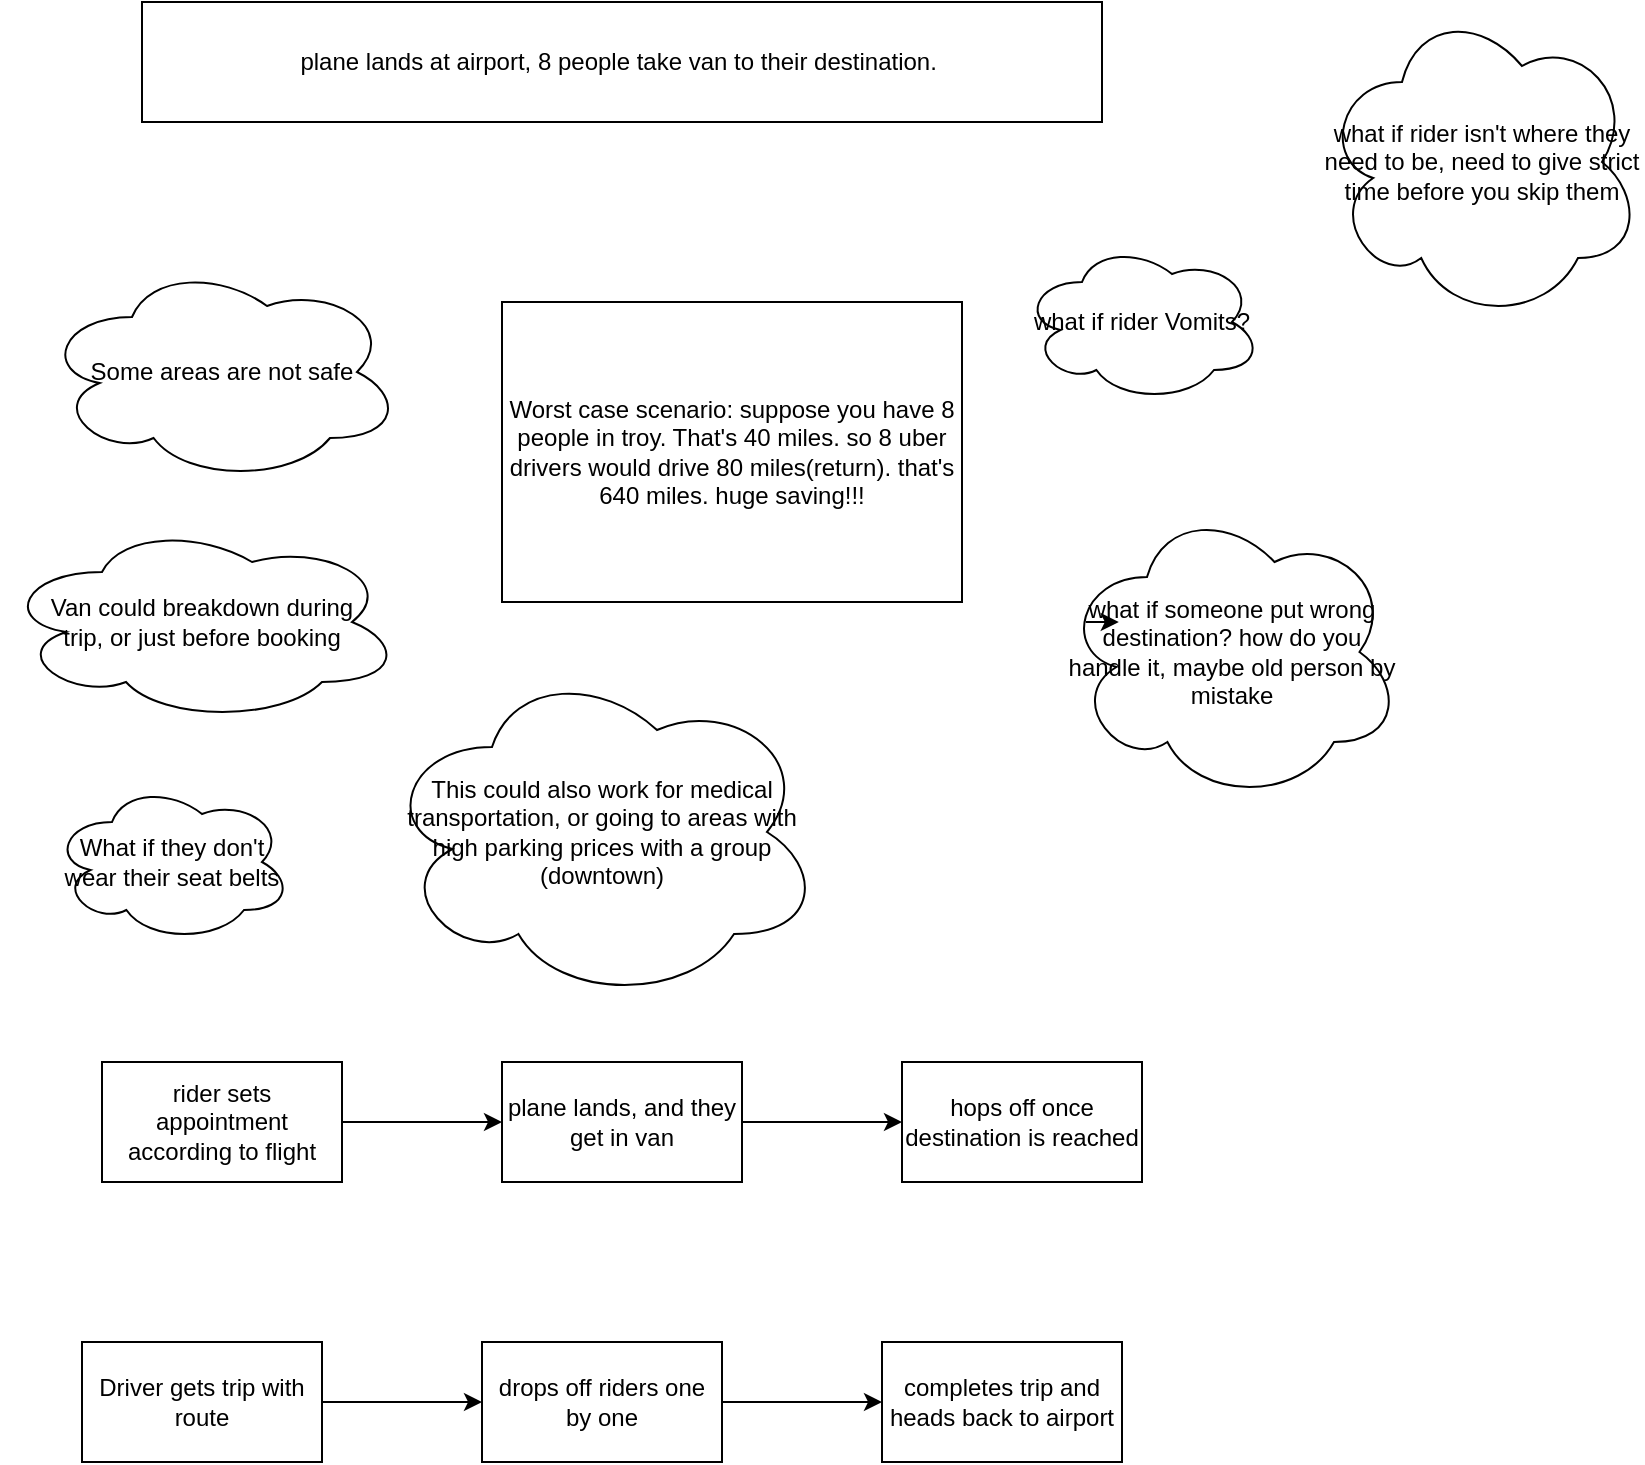
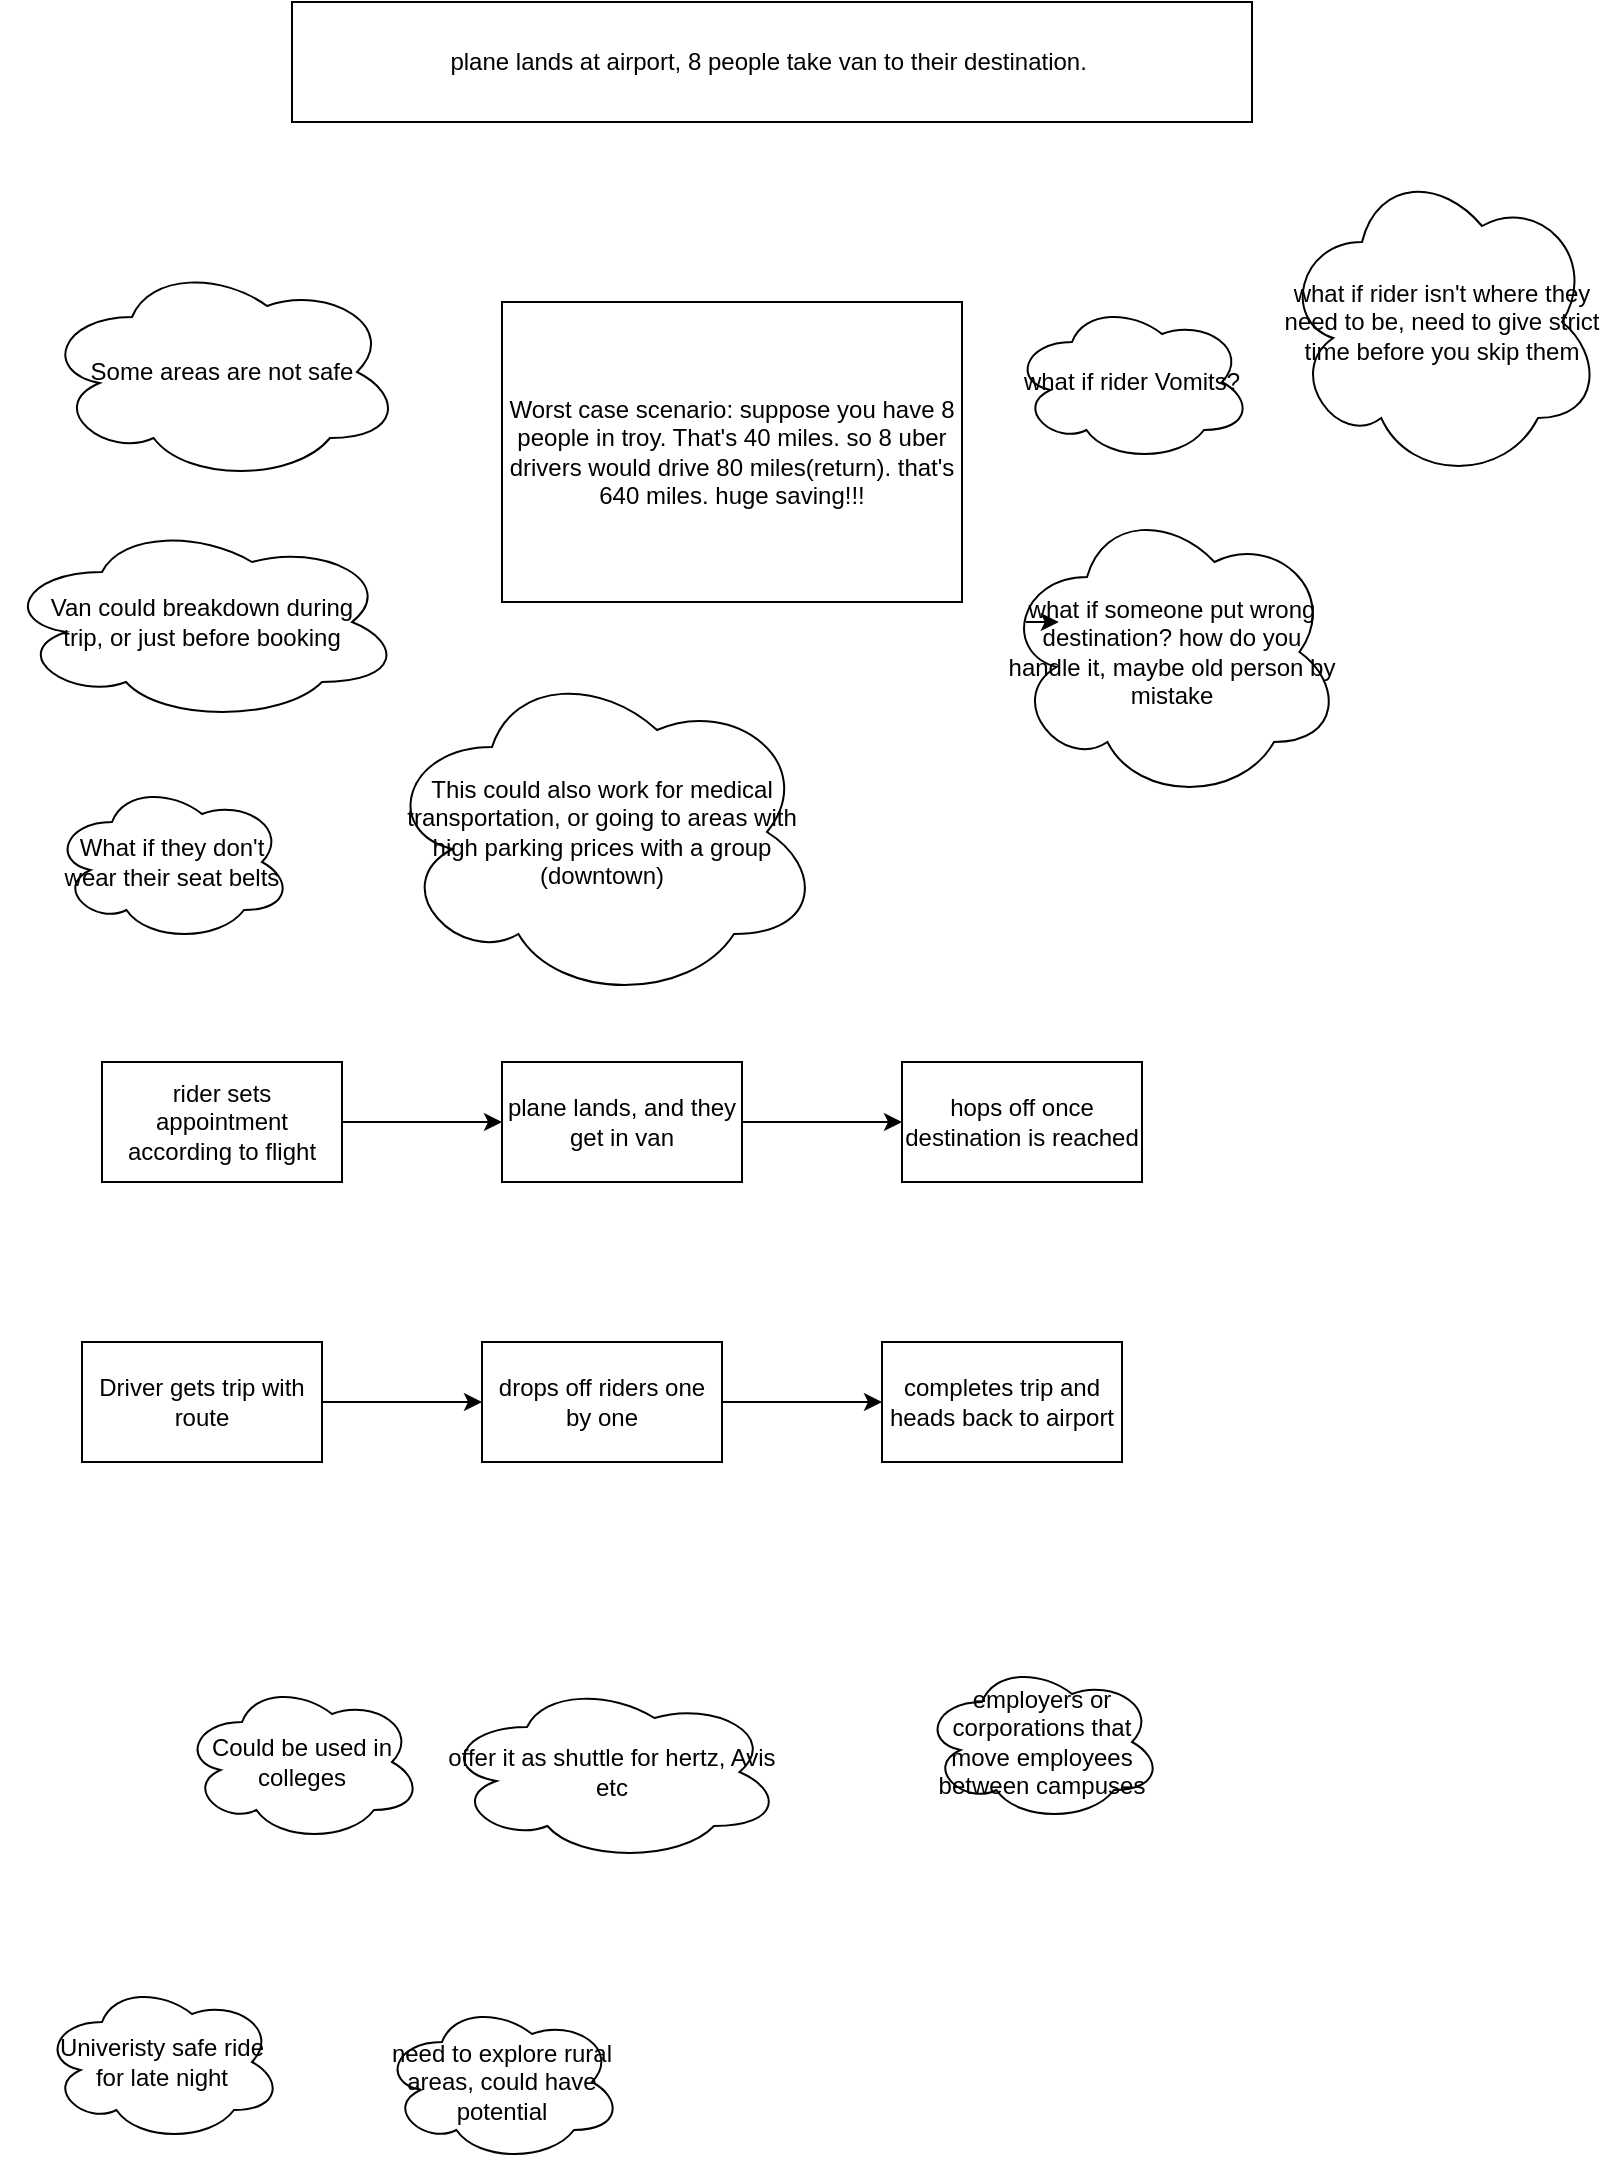
<mxfile host="app.diagrams.net">
  <diagram name="Page-1" id="dwn49BAO_7Qt1j4vyHa_">
-     <mxGraphModel dx="683" dy="414" grid="1" gridSize="10" guides="1" tooltips="1" connect="1" arrows="1" fold="1" page="1" pageScale="1" pageWidth="850" pageHeight="1100" math="0" shadow="0">
+     <mxGraphModel dx="1406" dy="900" grid="1" gridSize="10" guides="1" tooltips="1" connect="1" arrows="1" fold="1" page="1" pageScale="1" pageWidth="850" pageHeight="1100" math="0" shadow="0">
      <root>
        <mxCell id="0" />
        <mxCell id="1" parent="0" />
        <mxCell id="ZXmLye4WYz5JW6THN3N--2" parent="1" style="rounded=0;whiteSpace=wrap;html=1;" value="plane lands at airport, 8 people take van to their destination.&amp;nbsp;" vertex="1">
-           <mxGeometry height="60" width="480" x="80" y="40" as="geometry" />
+           <mxGeometry height="60" width="480" x="155" y="40" as="geometry" />
        </mxCell>
        <mxCell id="ZXmLye4WYz5JW6THN3N--3" parent="1" style="ellipse;shape=cloud;whiteSpace=wrap;html=1;" value="Some areas are not safe" vertex="1">
          <mxGeometry height="110" width="180" x="30" y="170" as="geometry" />
        </mxCell>
        <mxCell id="ZXmLye4WYz5JW6THN3N--5" parent="1" style="rounded=0;whiteSpace=wrap;html=1;" value="&lt;div&gt;Worst case scenario: suppose you have 8 people in troy. That&#39;s 40 miles. so 8 uber drivers would drive 80 miles(return). that&#39;s 640 miles. huge saving!!!&lt;/div&gt;" vertex="1">
          <mxGeometry height="150" width="230" x="260" y="190" as="geometry" />
        </mxCell>
        <mxCell id="3V9UZf0SNv3yNVWR_qLZ-3" parent="1" style="ellipse;shape=cloud;whiteSpace=wrap;html=1;" value="Van could breakdown during&lt;br&gt;trip, or just before booking" vertex="1">
          <mxGeometry height="100" width="200" x="10" y="300" as="geometry" />
        </mxCell>
        <mxCell id="3V9UZf0SNv3yNVWR_qLZ-4" parent="1" style="ellipse;shape=cloud;whiteSpace=wrap;html=1;" value="&lt;div&gt;what if rider Vomits?&lt;/div&gt;" vertex="1">
-           <mxGeometry height="80" width="120" x="520" y="160" as="geometry" />
+           <mxGeometry height="80" width="120" x="515" y="190" as="geometry" />
        </mxCell>
        <mxCell id="3V9UZf0SNv3yNVWR_qLZ-5" parent="1" style="ellipse;shape=cloud;whiteSpace=wrap;html=1;" value="&lt;div&gt;what if rider isn&#39;t where they need to be, need to give strict time before you skip them&lt;/div&gt;" vertex="1">
-           <mxGeometry height="160" width="160" x="670" y="40" as="geometry" />
+           <mxGeometry height="160" width="160" x="650" y="120" as="geometry" />
        </mxCell>
        <mxCell id="3V9UZf0SNv3yNVWR_qLZ-6" parent="1" style="ellipse;shape=cloud;whiteSpace=wrap;html=1;" value="&lt;div&gt;what if someone put wrong destination? how do you handle it, maybe old person by mistake&lt;/div&gt;" vertex="1">
-           <mxGeometry height="150" width="170" x="540" y="290" as="geometry" />
+           <mxGeometry height="150" width="170" x="510" y="290" as="geometry" />
        </mxCell>
        <mxCell id="3V9UZf0SNv3yNVWR_qLZ-7" edge="1" parent="1" source="3V9UZf0SNv3yNVWR_qLZ-6" style="edgeStyle=orthogonalEdgeStyle;rounded=0;orthogonalLoop=1;jettySize=auto;html=1;exitX=0.07;exitY=0.4;exitDx=0;exitDy=0;exitPerimeter=0;entryX=0.167;entryY=0.4;entryDx=0;entryDy=0;entryPerimeter=0;" target="3V9UZf0SNv3yNVWR_qLZ-6">
          <mxGeometry relative="1" as="geometry" />
        </mxCell>
        <mxCell id="3V9UZf0SNv3yNVWR_qLZ-8" parent="1" style="ellipse;shape=cloud;whiteSpace=wrap;html=1;" value="&lt;div&gt;What if they don&#39;t wear their seat belts&lt;/div&gt;" vertex="1">
          <mxGeometry height="80" width="120" x="35" y="430" as="geometry" />
        </mxCell>
        <mxCell id="fz-o9FOIOGUbKM3HRnTC-3" edge="1" parent="1" source="fz-o9FOIOGUbKM3HRnTC-1" style="edgeStyle=orthogonalEdgeStyle;rounded=0;orthogonalLoop=1;jettySize=auto;html=1;" target="fz-o9FOIOGUbKM3HRnTC-2" value="">
          <mxGeometry relative="1" as="geometry" />
        </mxCell>
        <mxCell id="fz-o9FOIOGUbKM3HRnTC-1" parent="1" style="rounded=0;whiteSpace=wrap;html=1;" value="rider sets appointment according to flight" vertex="1">
          <mxGeometry height="60" width="120" x="60" y="570" as="geometry" />
        </mxCell>
        <mxCell id="fz-o9FOIOGUbKM3HRnTC-5" edge="1" parent="1" source="fz-o9FOIOGUbKM3HRnTC-2" style="edgeStyle=orthogonalEdgeStyle;rounded=0;orthogonalLoop=1;jettySize=auto;html=1;" target="fz-o9FOIOGUbKM3HRnTC-4" value="">
          <mxGeometry relative="1" as="geometry" />
        </mxCell>
        <mxCell id="fz-o9FOIOGUbKM3HRnTC-2" parent="1" style="whiteSpace=wrap;html=1;rounded=0;" value="plane lands, and they get in van" vertex="1">
          <mxGeometry height="60" width="120" x="260" y="570" as="geometry" />
        </mxCell>
        <mxCell id="fz-o9FOIOGUbKM3HRnTC-4" parent="1" style="whiteSpace=wrap;html=1;rounded=0;" value="hops off once destination is reached" vertex="1">
          <mxGeometry height="60" width="120" x="460" y="570" as="geometry" />
        </mxCell>
        <mxCell id="fz-o9FOIOGUbKM3HRnTC-8" edge="1" parent="1" source="fz-o9FOIOGUbKM3HRnTC-6" style="edgeStyle=orthogonalEdgeStyle;rounded=0;orthogonalLoop=1;jettySize=auto;html=1;" target="fz-o9FOIOGUbKM3HRnTC-7" value="">
          <mxGeometry relative="1" as="geometry" />
        </mxCell>
        <mxCell id="fz-o9FOIOGUbKM3HRnTC-6" parent="1" style="rounded=0;whiteSpace=wrap;html=1;" value="Driver gets trip with route" vertex="1">
          <mxGeometry height="60" width="120" x="50" y="710" as="geometry" />
        </mxCell>
        <mxCell id="fz-o9FOIOGUbKM3HRnTC-10" edge="1" parent="1" source="fz-o9FOIOGUbKM3HRnTC-7" style="edgeStyle=orthogonalEdgeStyle;rounded=0;orthogonalLoop=1;jettySize=auto;html=1;" target="fz-o9FOIOGUbKM3HRnTC-9" value="">
          <mxGeometry relative="1" as="geometry" />
        </mxCell>
        <mxCell id="fz-o9FOIOGUbKM3HRnTC-7" parent="1" style="whiteSpace=wrap;html=1;rounded=0;" value="drops off riders one by one" vertex="1">
          <mxGeometry height="60" width="120" x="250" y="710" as="geometry" />
        </mxCell>
        <mxCell id="fz-o9FOIOGUbKM3HRnTC-9" parent="1" style="whiteSpace=wrap;html=1;rounded=0;" value="completes trip and heads back to airport" vertex="1">
          <mxGeometry height="60" width="120" x="450" y="710" as="geometry" />
        </mxCell>
        <mxCell id="fz-o9FOIOGUbKM3HRnTC-11" parent="1" style="ellipse;shape=cloud;whiteSpace=wrap;html=1;" value="This could also work for medical transportation, or going to areas with high parking prices with a group (downtown)" vertex="1">
          <mxGeometry height="170" width="220" x="200" y="370" as="geometry" />
        </mxCell>
+         <mxCell id="EzhNCbNShWACHMv4SYCz-1" parent="1" style="ellipse;shape=cloud;whiteSpace=wrap;html=1;" value="Could be used in colleges" vertex="1">
+           <mxGeometry height="80" width="120" x="100" y="880" as="geometry" />
+         </mxCell>
+         <mxCell id="EzhNCbNShWACHMv4SYCz-2" parent="1" style="ellipse;shape=cloud;whiteSpace=wrap;html=1;" value="offer it as shuttle for hertz, Avis etc" vertex="1">
+           <mxGeometry height="90" width="170" x="230" y="880" as="geometry" />
+         </mxCell>
+         <mxCell id="EzhNCbNShWACHMv4SYCz-3" parent="1" style="ellipse;shape=cloud;whiteSpace=wrap;html=1;" value="employers or corporations that move employees between campuses" vertex="1">
+           <mxGeometry height="80" width="120" x="470" y="870" as="geometry" />
+         </mxCell>
+         <mxCell id="EzhNCbNShWACHMv4SYCz-4" parent="1" style="ellipse;shape=cloud;whiteSpace=wrap;html=1;" value="Univeristy safe ride for late night" vertex="1">
+           <mxGeometry height="80" width="120" x="30" y="1030" as="geometry" />
+         </mxCell>
+         <mxCell id="EzhNCbNShWACHMv4SYCz-5" parent="1" style="ellipse;shape=cloud;whiteSpace=wrap;html=1;" value="need to explore rural areas, could have potential" vertex="1">
+           <mxGeometry height="80" width="120" x="200" y="1040" as="geometry" />
+         </mxCell>
      </root>
    </mxGraphModel>
  </diagram>
</mxfile>
